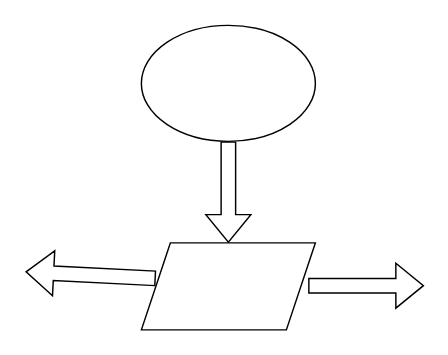
Above: Untitled Diagram.drawio in jannatcodingal/lesson-1-introduction-to-python (draw.io), before the change. Source tidied: cells renumbered, new cells numbered last; positions are measured from the earlier drawing's top-left corner, leaving out a move shared by most shapes. Both pictures are drawn from the tidied source at 145%, with x=0, y=0 at pixel (25, 25).
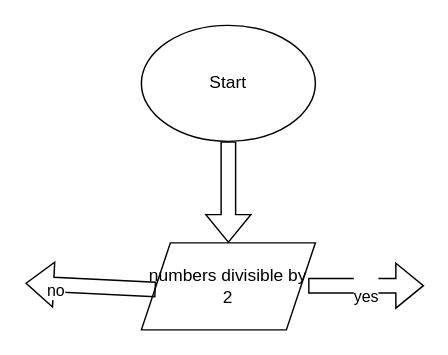
The same diagram, later.

Change to the diagram source:
```diff
@@
 <mxGraphModel>
   <root>
     <mxCell id="0" />
     <mxCell id="1" parent="0" />
-    <mxCell id="2" style="ellipse;whiteSpace=wrap;html=1;" parent="1" vertex="1">
+    <mxCell id="2" value="Start" style="ellipse;whiteSpace=wrap;html=1;" parent="1" vertex="1">
       <mxGeometry x="80" width="120" height="80" as="geometry" />
     </mxCell>
     <mxCell id="3" style="shape=flexArrow;endArrow=classic;html=1;rounded=0;" parent="1" edge="1" target="4">
       <mxGeometry relative="1" as="geometry">
         <mxPoint x="140" y="80" as="sourcePoint" />
       </mxGeometry>
     </mxCell>
-    <mxCell id="4" style="shape=parallelogram;perimeter=parallelogramPerimeter;whiteSpace=wrap;html=1;fixedSize=1;" parent="1" vertex="1">
+    <mxCell id="4" value="numbers divisible by 2" style="shape=parallelogram;perimeter=parallelogramPerimeter;whiteSpace=wrap;html=1;fixedSize=1;" parent="1" vertex="1">
       <mxGeometry x="80" y="150" width="120" height="60" as="geometry" />
     </mxCell>
-    <mxCell id="5" style="shape=flexArrow;endArrow=classic;html=1;rounded=0;" parent="1" edge="1">
+    <mxCell id="5" value="&lt;div&gt;&lt;br&gt;&lt;/div&gt;&lt;div&gt;yes&lt;/div&gt;" style="shape=flexArrow;endArrow=classic;html=1;rounded=0;" parent="1" edge="1">
       <mxGeometry relative="1" as="geometry">
         <mxPoint x="195" y="179.5" as="sourcePoint" />
         <mxPoint x="275" y="179.5" as="targetPoint" />
       </mxGeometry>
     </mxCell>
     <mxCell id="6" style="shape=flexArrow;endArrow=classic;html=1;rounded=0;" parent="1" edge="1">
       <mxGeometry relative="1" as="geometry">
-        <mxPoint x="90" y="174.5" as="sourcePoint" />
-        <mxPoint y="170" as="targetPoint" />
+        <mxPoint x="90" y="182.2" as="sourcePoint" />
+        <mxPoint y="177.8" as="targetPoint" />
       </mxGeometry>
     </mxCell>
+    <mxCell id="7" value="no" style="edgeLabel;html=1;align=center;verticalAlign=middle;" parent="6" vertex="1">
+      <mxGeometry x="0.53" y="4" relative="1" as="geometry" />
+    </mxCell>
   </root>
 </mxGraphModel>
```
